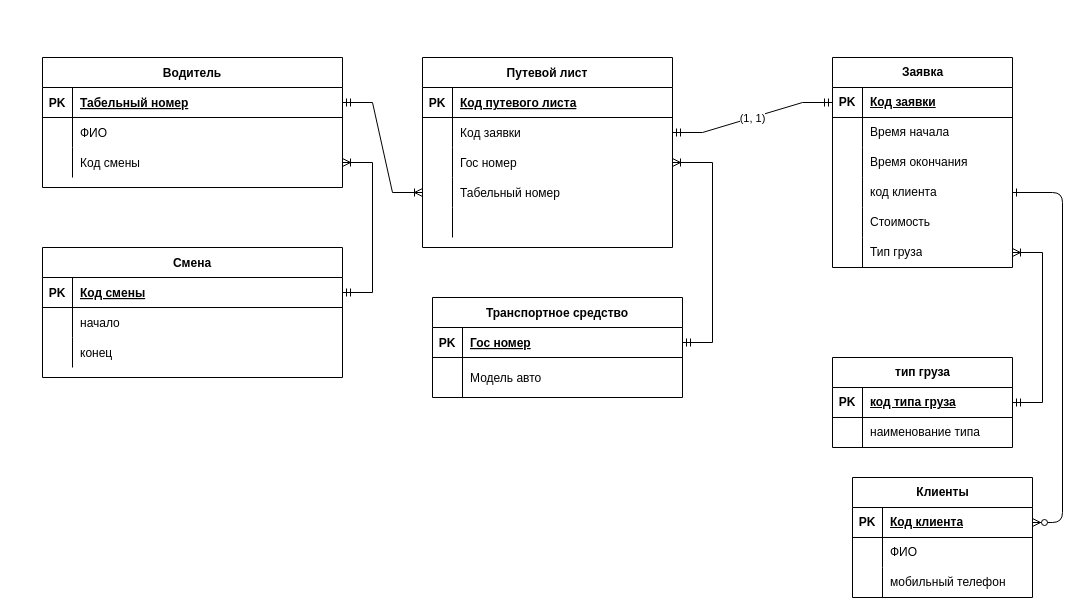
This is Диаграмма без названия.drawio from psihioga/Sendsay_test_exercise, a draw.io file, before an edit. Source tidied: cells renumbered, new cells numbered last; positions are measured from the earlier drawing's top-left corner, leaving out a move shared by most shapes. Both pictures are drawn from the tidied source at 100%, with x=0, y=0 at pixel (42, 57).
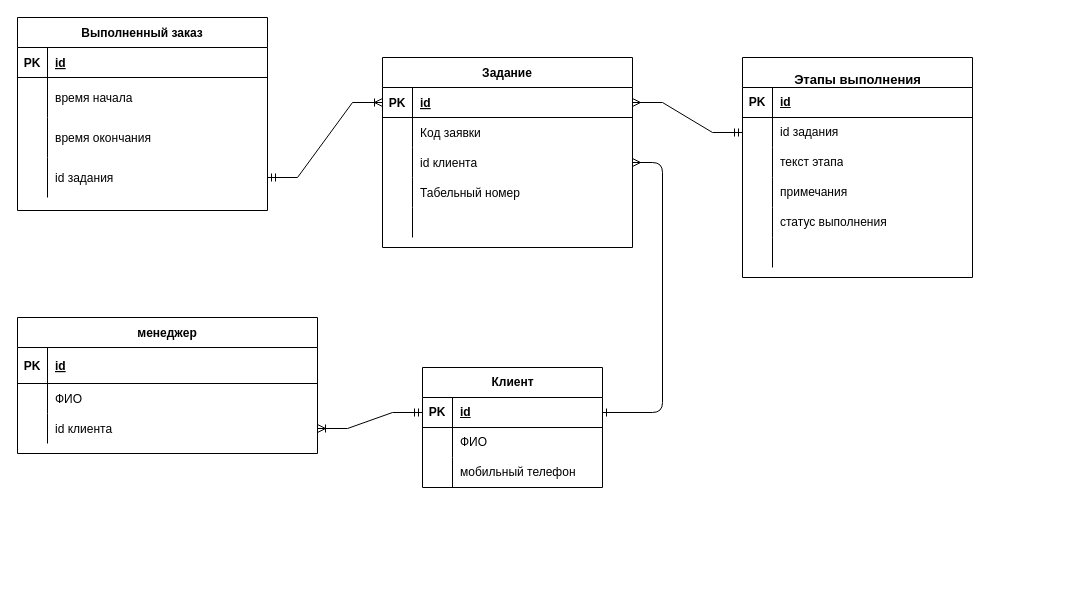
Above is the later version.

The change refers to these unchanged cells:
```xml
<mxCell id="3" style="shape=partialRectangle;fillColor=none;points=[[0,0.5],[1,0.5]];portConstraint=eastwest;top=0;left=0;right=0;bottom=1;" parent="2" vertex="1">
  <mxGeometry y="30" width="250" height="30" as="geometry" />
</mxCell>
<mxCell id="6" style="shape=partialRectangle;fillColor=none;points=[[0,0.5],[1,0.5]];portConstraint=eastwest;top=0;left=0;right=0;bottom=0;" parent="2" vertex="1">
  <mxGeometry y="60" width="250" height="30" as="geometry" />
</mxCell>
<mxCell id="9" style="shape=partialRectangle;fillColor=none;points=[[0,0.5],[1,0.5]];portConstraint=eastwest;top=0;left=0;right=0;bottom=0;" parent="2" vertex="1">
  <mxGeometry y="90" width="250" height="30" as="geometry" />
</mxCell>
<mxCell id="12" style="shape=partialRectangle;fillColor=none;points=[[0,0.5],[1,0.5]];portConstraint=eastwest;top=0;left=0;right=0;bottom=0;" parent="2" vertex="1">
  <mxGeometry y="120" width="250" height="30" as="geometry" />
</mxCell>
<mxCell id="19" style="shape=partialRectangle;fillColor=none;points=[[0,0.5],[1,0.5]];portConstraint=eastwest;top=0;left=0;right=0;bottom=1;" parent="18" vertex="1">
  <mxGeometry y="30" width="250" height="30" as="geometry" />
</mxCell>
<mxCell id="22" style="shape=partialRectangle;fillColor=none;top=0;left=0;right=0;bottom=0;" parent="18" vertex="1">
  <mxGeometry y="60" width="250" height="40" as="geometry" />
</mxCell>
<mxCell id="72" style="shape=tableRow;horizontal=0;startSize=0;swimlaneHead=0;swimlaneBody=0;fillColor=none;points=[[0,0.5],[1,0.5]];portConstraint=eastwest;top=0;left=0;right=0;bottom=1;" parent="71" vertex="1">
  <mxGeometry y="30" width="180" height="30" as="geometry" />
</mxCell>
```

Change to the diagram source:
```diff
@@
-    <mxCell id="2" value="Путевой лист" style="shape=table;startSize=30;childLayout=tableLayout;rowLines=0;fontStyle=1;align=center;" parent="1" vertex="1">
-      <mxGeometry x="380" width="250" height="190" as="geometry" />
+    <mxCell id="2" value="Задание" style="shape=table;startSize=30;childLayout=tableLayout;rowLines=0;fontStyle=1;align=center;" parent="1" vertex="1">
+      <mxGeometry x="340" width="250" height="190" as="geometry" />
     </mxCell>
@@
-    <mxCell id="5" value="Код путевого листа" style="shape=partialRectangle;overflow=hidden;fillColor=none;top=0;left=0;bottom=0;right=0;align=left;spacingLeft=6;fontStyle=5;" parent="3" vertex="1">
+    <mxCell id="5" value="id" style="shape=partialRectangle;overflow=hidden;fillColor=none;top=0;left=0;bottom=0;right=0;align=left;spacingLeft=6;fontStyle=5;" parent="3" vertex="1">
       <mxGeometry x="30" width="220" height="30" as="geometry" />
     </mxCell>
@@
-    <mxCell id="11" value="Гос номер" style="shape=partialRectangle;overflow=hidden;fillColor=none;top=0;left=0;bottom=0;right=0;align=left;spacingLeft=6;" parent="9" vertex="1">
+    <mxCell id="11" value="id клиента" style="shape=partialRectangle;overflow=hidden;fillColor=none;top=0;left=0;bottom=0;right=0;align=left;spacingLeft=6;" parent="9" vertex="1">
       <mxGeometry x="30" width="220" height="30" as="geometry" />
     </mxCell>
@@
-    <mxCell id="18" value="Транспортное средство" style="shape=table;startSize=30;childLayout=tableLayout;rowLines=0;fontStyle=1;align=center;" parent="1" vertex="1">
-      <mxGeometry x="390" y="240" width="250" height="100" as="geometry" />
+    <mxCell id="18" value="Выполненный заказ" style="shape=table;startSize=30;childLayout=tableLayout;rowLines=0;fontStyle=1;align=center;" parent="1" vertex="1">
+      <mxGeometry x="-25" y="-40" width="250" height="193" as="geometry" />
     </mxCell>
@@
-    <mxCell id="21" value="Гос номер" style="shape=partialRectangle;overflow=hidden;fillColor=none;top=0;left=0;bottom=0;right=0;align=left;spacingLeft=6;fontStyle=5;" parent="19" vertex="1">
+    <mxCell id="21" value="id" style="shape=partialRectangle;overflow=hidden;fillColor=none;top=0;left=0;bottom=0;right=0;align=left;spacingLeft=6;fontStyle=5;" parent="19" vertex="1">
       <mxGeometry x="30" width="220" height="30" as="geometry" />
     </mxCell>
@@
-    <mxCell id="24" value="Модель авто" style="shape=partialRectangle;overflow=hidden;fillColor=none;top=0;left=0;bottom=0;right=0;align=left;spacingLeft=6;" parent="22" vertex="1">
+    <mxCell id="24" value="время начала" style="shape=partialRectangle;overflow=hidden;fillColor=none;top=0;left=0;bottom=0;right=0;align=left;spacingLeft=6;" parent="22" vertex="1">
       <mxGeometry x="30" width="220" height="40" as="geometry" />
     </mxCell>
+    <mxCell id="88" style="shape=partialRectangle;fillColor=none;top=0;left=0;right=0;bottom=0;" parent="18" vertex="1">
+      <mxGeometry y="100" width="250" height="40" as="geometry" />
+    </mxCell>
+    <mxCell id="89" style="shape=partialRectangle;overflow=hidden;fillColor=none;top=0;left=0;bottom=0;right=0;" parent="88" vertex="1">
+      <mxGeometry width="30" height="40" as="geometry" />
+    </mxCell>
+    <mxCell id="90" value="время окончания" style="shape=partialRectangle;overflow=hidden;fillColor=none;top=0;left=0;bottom=0;right=0;align=left;spacingLeft=6;" parent="88" vertex="1">
+      <mxGeometry x="30" width="220" height="40" as="geometry" />
+    </mxCell>
+    <mxCell id="91" style="shape=partialRectangle;fillColor=none;points=[[0,0.5],[1,0.5]];portConstraint=eastwest;top=0;left=0;right=0;bottom=0;" parent="18" vertex="1">
+      <mxGeometry y="140" width="250" height="40" as="geometry" />
+    </mxCell>
+    <mxCell id="92" style="shape=partialRectangle;overflow=hidden;fillColor=none;top=0;left=0;bottom=0;right=0;" parent="91" vertex="1">
+      <mxGeometry width="30" height="40" as="geometry" />
+    </mxCell>
+    <mxCell id="93" value="id задания" style="shape=partialRectangle;overflow=hidden;fillColor=none;top=0;left=0;bottom=0;right=0;align=left;spacingLeft=6;" parent="91" vertex="1">
+      <mxGeometry x="30" width="220" height="40" as="geometry" />
+    </mxCell>
-    <mxCell id="25" value="Водитель" style="shape=table;startSize=30;childLayout=tableLayout;rowLines=0;fontStyle=1;align=center;" parent="1" vertex="1">
-      <mxGeometry width="300" height="130" as="geometry" />
+    <mxCell id="25" value="менеджер" style="shape=table;startSize=30;childLayout=tableLayout;rowLines=0;fontStyle=1;align=center;" parent="1" vertex="1">
+      <mxGeometry x="-25" y="260" width="300" height="136" as="geometry" />
     </mxCell>
     <mxCell id="26" style="shape=partialRectangle;fillColor=none;points=[[0,0.5],[1,0.5]];portConstraint=eastwest;top=0;left=0;right=0;bottom=1;" parent="25" vertex="1">
-      <mxGeometry y="30" width="300" height="30" as="geometry" />
+      <mxGeometry y="30" width="300" height="36" as="geometry" />
     </mxCell>
     <mxCell id="27" value="PK" style="shape=partialRectangle;overflow=hidden;fillColor=none;top=0;left=0;bottom=0;right=0;fontStyle=1;" parent="26" vertex="1">
-      <mxGeometry width="30" height="30" as="geometry" />
+      <mxGeometry width="30" height="36" as="geometry" />
     </mxCell>
-    <mxCell id="28" value="Табельный номер" style="shape=partialRectangle;overflow=hidden;fillColor=none;top=0;left=0;bottom=0;right=0;align=left;spacingLeft=6;fontStyle=5;" parent="26" vertex="1">
-      <mxGeometry x="30" width="270" height="30" as="geometry" />
+    <mxCell id="28" value="id" style="shape=partialRectangle;overflow=hidden;fillColor=none;top=0;left=0;bottom=0;right=0;align=left;spacingLeft=6;fontStyle=5;" parent="26" vertex="1">
+      <mxGeometry x="30" width="270" height="36" as="geometry" />
     </mxCell>
     <mxCell id="29" style="shape=partialRectangle;fillColor=none;top=0;left=0;right=0;bottom=0;" parent="25" vertex="1">
-      <mxGeometry y="60" width="300" height="30" as="geometry" />
+      <mxGeometry y="66" width="300" height="30" as="geometry" />
     </mxCell>
@@
     <mxCell id="32" style="shape=partialRectangle;fillColor=none;points=[[0,0.5],[1,0.5]];portConstraint=eastwest;top=0;left=0;right=0;bottom=0;" parent="25" vertex="1">
-      <mxGeometry y="90" width="300" height="30" as="geometry" />
+      <mxGeometry y="96" width="300" height="30" as="geometry" />
     </mxCell>
@@
-    <mxCell id="34" value="Код смены" style="shape=partialRectangle;overflow=hidden;fillColor=none;top=0;left=0;bottom=0;right=0;align=left;spacingLeft=6;" parent="32" vertex="1">
+    <mxCell id="34" value="id клиента" style="shape=partialRectangle;overflow=hidden;fillColor=none;top=0;left=0;bottom=0;right=0;align=left;spacingLeft=6;" parent="32" vertex="1">
       <mxGeometry x="30" width="270" height="30" as="geometry" />
     </mxCell>
-    <mxCell id="35" value="Смена" style="shape=table;startSize=30;childLayout=tableLayout;rowLines=0;fontStyle=1;align=center;" parent="1" vertex="1">
-      <mxGeometry y="190" width="300" height="130" as="geometry" />
-    </mxCell>
-    <mxCell id="36" style="shape=partialRectangle;fillColor=none;points=[[0,0.5],[1,0.5]];portConstraint=eastwest;top=0;left=0;right=0;bottom=1;" parent="35" vertex="1">
-      <mxGeometry y="30" width="300" height="30" as="geometry" />
-    </mxCell>
-    <mxCell id="37" value="PK" style="shape=partialRectangle;overflow=hidden;fillColor=none;top=0;left=0;bottom=0;right=0;fontStyle=1;" parent="36" vertex="1">
-      <mxGeometry width="30" height="30" as="geometry" />
-    </mxCell>
-    <mxCell id="38" value="Код смены" style="shape=partialRectangle;overflow=hidden;fillColor=none;top=0;left=0;bottom=0;right=0;align=left;spacingLeft=6;fontStyle=5;" parent="36" vertex="1">
-      <mxGeometry x="30" width="270" height="30" as="geometry" />
-    </mxCell>
-    <mxCell id="39" style="shape=partialRectangle;fillColor=none;top=0;left=0;right=0;bottom=0;" parent="35" vertex="1">
-      <mxGeometry y="60" width="300" height="30" as="geometry" />
-    </mxCell>
-    <mxCell id="40" style="shape=partialRectangle;overflow=hidden;fillColor=none;top=0;left=0;bottom=0;right=0;" parent="39" vertex="1">
-      <mxGeometry width="30" height="30" as="geometry" />
-    </mxCell>
-    <mxCell id="41" value="начало   " style="shape=partialRectangle;overflow=hidden;fillColor=none;top=0;left=0;bottom=0;right=0;align=left;spacingLeft=6;" parent="39" vertex="1">
-      <mxGeometry x="30" width="270" height="30" as="geometry" />
-    </mxCell>
-    <mxCell id="42" style="shape=partialRectangle;fillColor=none;top=0;left=0;right=0;bottom=0;" parent="35" vertex="1">
-      <mxGeometry y="90" width="300" height="30" as="geometry" />
-    </mxCell>
-    <mxCell id="43" style="shape=partialRectangle;overflow=hidden;fillColor=none;top=0;left=0;bottom=0;right=0;" parent="42" vertex="1">
-      <mxGeometry width="30" height="30" as="geometry" />
-    </mxCell>
-    <mxCell id="44" value="конец" style="shape=partialRectangle;overflow=hidden;fillColor=none;top=0;left=0;bottom=0;right=0;align=left;spacingLeft=6;" parent="42" vertex="1">
-      <mxGeometry x="30" width="270" height="30" as="geometry" />
-    </mxCell>
-    <mxCell id="45" value="тип груза" style="shape=table;startSize=30;childLayout=tableLayout;rowLines=0;fontStyle=1;align=center;html=1;" parent="1" vertex="1">
-      <mxGeometry x="790" y="300" width="180" height="90" as="geometry" />
-    </mxCell>
-    <mxCell id="46" style="shape=tableRow;horizontal=0;startSize=0;swimlaneHead=0;swimlaneBody=0;fillColor=none;points=[[0,0.5],[1,0.5]];portConstraint=eastwest;top=0;left=0;right=0;bottom=1;" parent="45" vertex="1">
-      <mxGeometry y="30" width="180" height="30" as="geometry" />
-    </mxCell>
-    <mxCell id="47" value="PK" style="shape=partialRectangle;fillColor=none;top=0;left=0;bottom=0;right=0;fontStyle=1;overflow=hidden;whiteSpace=wrap;html=1;" parent="46" vertex="1">
-      <mxGeometry width="30" height="30" as="geometry" />
-    </mxCell>
-    <mxCell id="48" value="код типа груза" style="shape=partialRectangle;fillColor=none;top=0;left=0;bottom=0;right=0;align=left;spacingLeft=6;fontStyle=5;overflow=hidden;whiteSpace=wrap;html=1;" parent="46" vertex="1">
-      <mxGeometry x="30" width="150" height="30" as="geometry" />
-    </mxCell>
-    <mxCell id="49" style="shape=tableRow;horizontal=0;startSize=0;swimlaneHead=0;swimlaneBody=0;fillColor=none;top=0;left=0;right=0;bottom=0;" parent="45" vertex="1">
-      <mxGeometry y="60" width="180" height="30" as="geometry" />
-    </mxCell>
-    <mxCell id="50" style="shape=partialRectangle;fillColor=none;top=0;left=0;bottom=0;right=0;overflow=hidden;whiteSpace=wrap;html=1;" parent="49" vertex="1">
-      <mxGeometry width="30" height="30" as="geometry" />
-    </mxCell>
-    <mxCell id="51" value="наименование типа" style="shape=partialRectangle;fillColor=none;top=0;left=0;bottom=0;right=0;align=left;spacingLeft=6;overflow=hidden;whiteSpace=wrap;html=1;" parent="49" vertex="1">
-      <mxGeometry x="30" width="150" height="30" as="geometry" />
-    </mxCell>
-    <mxCell id="52" value="Заявка" style="shape=table;startSize=30;childLayout=tableLayout;rowLines=0;fontStyle=1;align=center;html=1;" parent="1" vertex="1">
-      <mxGeometry x="790" width="180" height="210" as="geometry" />
+    <mxCell id="52" value="&lt;p style=&quot;line-height: 100%; margin-bottom: 0cm; font-size: 13px;&quot; align=&quot;center&quot;&gt;&lt;span style=&quot;background-color: initial;&quot;&gt;Этапы&amp;nbsp;&lt;/span&gt;&lt;span style=&quot;background-color: initial;&quot;&gt;выполнения&lt;/span&gt;&lt;br&gt;&lt;/p&gt;" style="shape=table;startSize=30;childLayout=tableLayout;rowLines=0;fontStyle=1;align=center;html=1;" parent="1" vertex="1">
+      <mxGeometry x="700" width="230" height="220" as="geometry" />
     </mxCell>
     <mxCell id="53" style="shape=tableRow;horizontal=0;startSize=0;swimlaneHead=0;swimlaneBody=0;fillColor=none;points=[[0,0.5],[1,0.5]];portConstraint=eastwest;top=0;left=0;right=0;bottom=1;" parent="52" vertex="1">
-      <mxGeometry y="30" width="180" height="30" as="geometry" />
+      <mxGeometry y="30" width="230" height="30" as="geometry" />
     </mxCell>
@@
-    <mxCell id="55" value="Код заявки" style="shape=partialRectangle;fillColor=none;top=0;left=0;bottom=0;right=0;align=left;spacingLeft=6;fontStyle=5;overflow=hidden;whiteSpace=wrap;html=1;" parent="53" vertex="1">
-      <mxGeometry x="30" width="150" height="30" as="geometry" />
+    <mxCell id="55" value="id" style="shape=partialRectangle;fillColor=none;top=0;left=0;bottom=0;right=0;align=left;spacingLeft=6;fontStyle=5;overflow=hidden;whiteSpace=wrap;html=1;" parent="53" vertex="1">
+      <mxGeometry x="30" width="200" height="30" as="geometry" />
     </mxCell>
     <mxCell id="56" style="shape=tableRow;horizontal=0;startSize=0;swimlaneHead=0;swimlaneBody=0;fillColor=none;points=[[0,0.5],[1,0.5]];portConstraint=eastwest;top=0;left=0;right=0;bottom=0;" parent="52" vertex="1">
-      <mxGeometry y="60" width="180" height="30" as="geometry" />
+      <mxGeometry y="60" width="230" height="30" as="geometry" />
     </mxCell>
@@
-    <mxCell id="58" value="Время начала" style="shape=partialRectangle;fillColor=none;top=0;left=0;bottom=0;right=0;align=left;spacingLeft=6;overflow=hidden;whiteSpace=wrap;html=1;" parent="56" vertex="1">
-      <mxGeometry x="30" width="150" height="30" as="geometry" />
+    <mxCell id="58" value="id задания" style="shape=partialRectangle;fillColor=none;top=0;left=0;bottom=0;right=0;align=left;spacingLeft=6;overflow=hidden;whiteSpace=wrap;html=1;" parent="56" vertex="1">
+      <mxGeometry x="30" width="200" height="30" as="geometry" />
     </mxCell>
     <mxCell id="59" style="shape=tableRow;horizontal=0;startSize=0;swimlaneHead=0;swimlaneBody=0;fillColor=none;top=0;left=0;right=0;bottom=0;" parent="52" vertex="1">
-      <mxGeometry y="90" width="180" height="30" as="geometry" />
+      <mxGeometry y="90" width="230" height="30" as="geometry" />
     </mxCell>
@@
-    <mxCell id="61" value="Время окончания" style="shape=partialRectangle;fillColor=none;top=0;left=0;bottom=0;right=0;align=left;spacingLeft=6;overflow=hidden;whiteSpace=wrap;html=1;" parent="59" vertex="1">
-      <mxGeometry x="30" width="150" height="30" as="geometry" />
+    <mxCell id="61" value="текст этапа" style="shape=partialRectangle;fillColor=none;top=0;left=0;bottom=0;right=0;align=left;spacingLeft=6;overflow=hidden;whiteSpace=wrap;html=1;" parent="59" vertex="1">
+      <mxGeometry x="30" width="200" height="30" as="geometry" />
     </mxCell>
     <mxCell id="62" style="shape=tableRow;horizontal=0;startSize=0;swimlaneHead=0;swimlaneBody=0;fillColor=none;points=[[0,0.5],[1,0.5]];portConstraint=eastwest;top=0;left=0;right=0;bottom=0;" parent="52" vertex="1">
-      <mxGeometry y="120" width="180" height="30" as="geometry" />
+      <mxGeometry y="120" width="230" height="30" as="geometry" />
     </mxCell>
@@
-    <mxCell id="64" value="код клиента" style="shape=partialRectangle;fillColor=none;top=0;left=0;bottom=0;right=0;align=left;spacingLeft=6;overflow=hidden;whiteSpace=wrap;html=1;" parent="62" vertex="1">
-      <mxGeometry x="30" width="150" height="30" as="geometry" />
+    <mxCell id="64" value="примечания" style="shape=partialRectangle;fillColor=none;top=0;left=0;bottom=0;right=0;align=left;spacingLeft=6;overflow=hidden;whiteSpace=wrap;html=1;" parent="62" vertex="1">
+      <mxGeometry x="30" width="200" height="30" as="geometry" />
     </mxCell>
     <mxCell id="65" style="shape=tableRow;horizontal=0;startSize=0;swimlaneHead=0;swimlaneBody=0;fillColor=none;top=0;left=0;right=0;bottom=0;" parent="52" vertex="1">
-      <mxGeometry y="150" width="180" height="30" as="geometry" />
+      <mxGeometry y="150" width="230" height="30" as="geometry" />
     </mxCell>
@@
-    <mxCell id="67" value="Стоимость" style="shape=partialRectangle;fillColor=none;top=0;left=0;bottom=0;right=0;align=left;spacingLeft=6;overflow=hidden;whiteSpace=wrap;html=1;" parent="65" vertex="1">
-      <mxGeometry x="30" width="150" height="30" as="geometry" />
+    <mxCell id="67" value="статус выполнения" style="shape=partialRectangle;fillColor=none;top=0;left=0;bottom=0;right=0;align=left;spacingLeft=6;overflow=hidden;whiteSpace=wrap;html=1;" parent="65" vertex="1">
+      <mxGeometry x="30" width="200" height="30" as="geometry" />
     </mxCell>
     <mxCell id="68" style="shape=tableRow;horizontal=0;startSize=0;swimlaneHead=0;swimlaneBody=0;fillColor=none;points=[[0,0.5],[1,0.5]];portConstraint=eastwest;top=0;left=0;right=0;bottom=0;" parent="52" vertex="1">
-      <mxGeometry y="180" width="180" height="30" as="geometry" />
+      <mxGeometry y="180" width="230" height="30" as="geometry" />
     </mxCell>
@@
-    <mxCell id="70" value="Тип груза" style="shape=partialRectangle;fillColor=none;top=0;left=0;bottom=0;right=0;align=left;spacingLeft=6;overflow=hidden;whiteSpace=wrap;html=1;" parent="68" vertex="1">
-      <mxGeometry x="30" width="150" height="30" as="geometry" />
+    <mxCell id="70" style="shape=partialRectangle;fillColor=none;top=0;left=0;bottom=0;right=0;align=left;spacingLeft=6;overflow=hidden;whiteSpace=wrap;html=1;" parent="68" vertex="1">
+      <mxGeometry x="30" width="200" height="30" as="geometry" />
     </mxCell>
-    <mxCell id="71" value="Клиенты" style="shape=table;startSize=30;childLayout=tableLayout;rowLines=0;fontStyle=1;align=center;html=1;" parent="1" vertex="1">
-      <mxGeometry x="810" y="420" width="180" height="120" as="geometry" />
+    <mxCell id="71" value="Клиент" style="shape=table;startSize=30;childLayout=tableLayout;rowLines=0;fontStyle=1;align=center;html=1;" parent="1" vertex="1">
+      <mxGeometry x="380" y="310" width="180" height="120" as="geometry" />
     </mxCell>
@@
-    <mxCell id="74" value="Код клиента" style="shape=partialRectangle;fillColor=none;top=0;left=0;bottom=0;right=0;align=left;spacingLeft=6;fontStyle=5;overflow=hidden;whiteSpace=wrap;html=1;" parent="72" vertex="1">
+    <mxCell id="74" value="id" style="shape=partialRectangle;fillColor=none;top=0;left=0;bottom=0;right=0;align=left;spacingLeft=6;fontStyle=5;overflow=hidden;whiteSpace=wrap;html=1;" parent="72" vertex="1">
       <mxGeometry x="30" width="150" height="30" as="geometry" />
     </mxCell>
@@
-    <mxCell id="81" style="edgeStyle=entityRelationEdgeStyle;endArrow=ERzeroToMany;startArrow=ERone;endFill=1;startFill=0;" parent="1" edge="1" source="62" target="72">
+    <mxCell id="81" style="edgeStyle=entityRelationEdgeStyle;endArrow=ERmany;startArrow=ERone;endFill=0;startFill=0;exitX=1;exitY=0.5;exitDx=0;exitDy=0;" parent="1" edge="1" source="72" target="9">
       <mxGeometry relative="1" as="geometry" />
     </mxCell>
-    <mxCell id="82" style="edgeStyle=entityRelationEdgeStyle;fontSize=12;html=1;endArrow=ERoneToMany;startArrow=ERmandOne;rounded=0;" parent="1" edge="1" source="36" target="32">
+    <mxCell id="82" style="edgeStyle=entityRelationEdgeStyle;fontSize=12;html=1;endArrow=ERoneToMany;startArrow=ERmandOne;rounded=0;" parent="1" edge="1" source="72" target="32">
       <mxGeometry relative="1" as="geometry" />
     </mxCell>
-    <mxCell id="83" style="edgeStyle=entityRelationEdgeStyle;fontSize=12;html=1;endArrow=ERoneToMany;startArrow=ERmandOne;rounded=0;" parent="1" edge="1" source="26" target="12">
-      <mxGeometry relative="1" as="geometry" />
-    </mxCell>
-    <mxCell id="84" style="edgeStyle=entityRelationEdgeStyle;fontSize=12;html=1;endArrow=ERoneToMany;startArrow=ERmandOne;rounded=0;" parent="1" edge="1" source="19" target="9">
+    <mxCell id="84" style="edgeStyle=entityRelationEdgeStyle;fontSize=12;html=1;endArrow=ERoneToMany;startArrow=ERmandOne;rounded=0;exitX=1;exitY=0.5;exitDx=0;exitDy=0;entryX=0;entryY=0.5;entryDx=0;entryDy=0;" parent="1" edge="1" source="91" target="3">
       <mxGeometry relative="1" as="geometry" />
     </mxCell>
-    <mxCell id="85" style="edgeStyle=entityRelationEdgeStyle;fontSize=12;html=1;endArrow=ERmandOne;startArrow=ERmandOne;rounded=0;" parent="1" edge="1" source="6" target="53">
+    <mxCell id="85" style="edgeStyle=entityRelationEdgeStyle;fontSize=12;html=1;endArrow=ERmandOne;startArrow=ERmany;rounded=0;exitX=1;exitY=0.5;exitDx=0;exitDy=0;endFill=0;startFill=0;" parent="1" edge="1" source="3" target="56">
       <mxGeometry relative="1" as="geometry" />
     </mxCell>
-    <mxCell id="86" value="(1, 1)" style="edgeLabel;html=1;align=center;verticalAlign=middle;" parent="85" vertex="1">
-      <mxGeometry x="-0.01" relative="1" as="geometry">
-        <mxPoint x="1" as="offset" />
-      </mxGeometry>
-    </mxCell>
-    <mxCell id="87" style="edgeStyle=entityRelationEdgeStyle;fontSize=12;html=1;endArrow=ERoneToMany;startArrow=ERmandOne;rounded=0;" parent="1" edge="1" source="46" target="68">
-      <mxGeometry relative="1" as="geometry" />
-    </mxCell>
```
